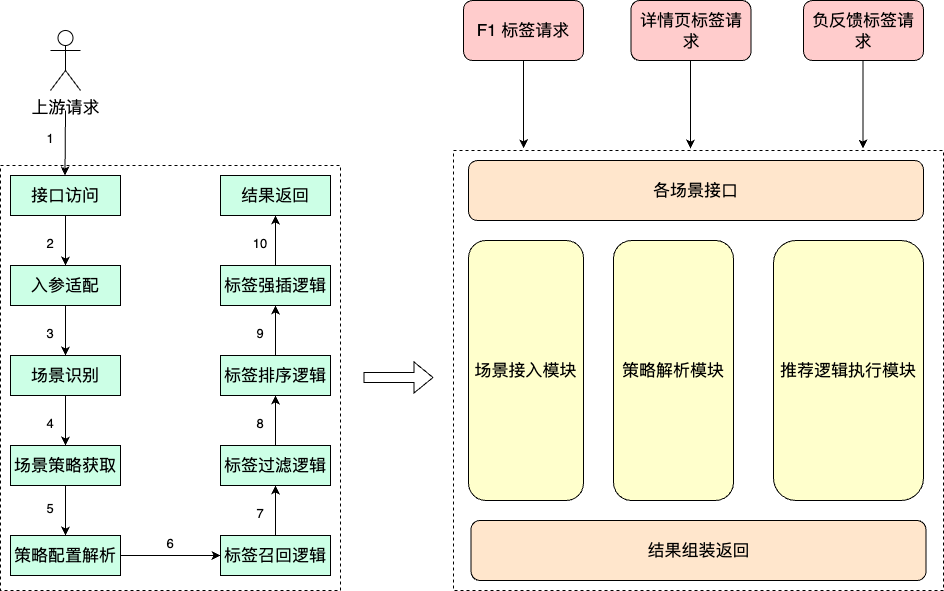
Above: work-draw-file/标签引擎架构图.png in liujunao/draw-data (draw.io), before the change. Source tidied: cells renumbered, new cells last; positions are measured from the earlier drawing's top-left corner, leaving out a move shared by most shapes.
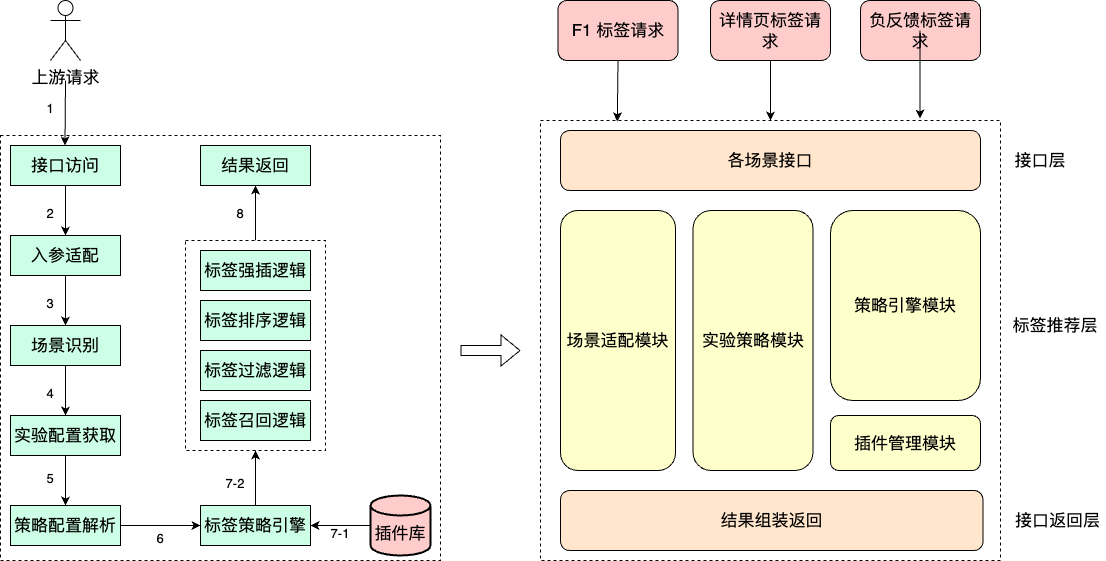
After the commit.

Commit message:
更新标签引擎架构图.png

Diff of the diagram source:
```diff
@@ -3,43 +3,46 @@
     <mxCell id="0" />
     <mxCell id="1" parent="0" />
     <mxCell id="2" style="rounded=0;whiteSpace=wrap;html=1;dashed=1;" parent="1" vertex="1">
-      <mxGeometry y="165" width="340" height="425" as="geometry" />
+      <mxGeometry x="-57" y="165" width="440" height="425" as="geometry" />
     </mxCell>
+    <mxCell id="47" style="edgeStyle=orthogonalEdgeStyle;rounded=0;jettySize=auto;html=1;exitX=0.5;exitY=0;exitDx=0;exitDy=0;entryX=0.5;entryY=1;entryDx=0;entryDy=0;" parent="1" edge="1" source="48" target="33">
+      <mxGeometry relative="1" as="geometry" />
+    </mxCell>
+    <mxCell id="48" style="rounded=0;whiteSpace=wrap;html=1;dashed=1;" parent="1" vertex="1">
+      <mxGeometry x="128" y="270" width="140" height="210" as="geometry" />
+    </mxCell>
     <mxCell id="3" style="rounded=0;whiteSpace=wrap;html=1;dashed=1;" parent="1" vertex="1">
-      <mxGeometry x="453" y="150" width="490" height="440" as="geometry" />
+      <mxGeometry x="483" y="150" width="460" height="440" as="geometry" />
     </mxCell>
     <mxCell id="4" value="&lt;font size=&quot;3&quot;&gt;F1 标签请求&lt;/font&gt;" style="rounded=1;whiteSpace=wrap;html=1;fillColor=#FFCCCC;" parent="1" vertex="1">
-      <mxGeometry x="463" width="120" height="60" as="geometry" />
+      <mxGeometry x="500.5" y="30" width="120" height="60" as="geometry" />
     </mxCell>
     <mxCell id="5" value="&lt;font size=&quot;3&quot;&gt;详情页标签请求&lt;/font&gt;" style="rounded=1;whiteSpace=wrap;html=1;fillColor=#FFCCCC;" parent="1" vertex="1">
-      <mxGeometry x="630.5" width="120" height="60" as="geometry" />
+      <mxGeometry x="653" y="30" width="120" height="60" as="geometry" />
     </mxCell>
     <mxCell id="6" value="&lt;font size=&quot;3&quot;&gt;负反馈标签请求&lt;/font&gt;" style="rounded=1;whiteSpace=wrap;html=1;fillColor=#FFCCCC;" parent="1" vertex="1">
-      <mxGeometry x="803" width="120" height="60" as="geometry" />
+      <mxGeometry x="803" y="30" width="120" height="60" as="geometry" />
     </mxCell>
-    <mxCell id="7" value="&lt;font size=&quot;3&quot;&gt;场景接入模块&lt;/font&gt;" style="rounded=1;whiteSpace=wrap;html=1;fillColor=#FFFFCC;" parent="1" vertex="1">
-      <mxGeometry x="468" y="240" width="115" height="260" as="geometry" />
+    <mxCell id="7" value="&lt;font size=&quot;3&quot;&gt;场景适配模块&lt;/font&gt;" style="rounded=1;whiteSpace=wrap;html=1;fillColor=#FFFFCC;" parent="1" vertex="1">
+      <mxGeometry x="503" y="240" width="115" height="260" as="geometry" />
     </mxCell>
-    <mxCell id="8" value="&lt;font size=&quot;3&quot;&gt;策略解析模块&lt;/font&gt;" style="rounded=1;whiteSpace=wrap;html=1;fillColor=#FFFFCC;" parent="1" vertex="1">
-      <mxGeometry x="613" y="240" width="120" height="260" as="geometry" />
+    <mxCell id="8" value="&lt;font size=&quot;3&quot;&gt;实验策略模块&lt;/font&gt;" style="rounded=1;whiteSpace=wrap;html=1;fillColor=#FFFFCC;" parent="1" vertex="1">
+      <mxGeometry x="635.5" y="240" width="120" height="260" as="geometry" />
     </mxCell>
-    <mxCell id="9" value="&lt;font size=&quot;3&quot;&gt;推荐逻辑执行模块&lt;/font&gt;" style="rounded=1;whiteSpace=wrap;html=1;fillColor=#FFFFCC;" parent="1" vertex="1">
-      <mxGeometry x="773" y="240" width="150" height="260" as="geometry" />
+    <mxCell id="9" value="&lt;font size=&quot;3&quot;&gt;策略引擎模块&lt;/font&gt;" style="rounded=1;whiteSpace=wrap;html=1;fillColor=#FFFFCC;" parent="1" vertex="1">
+      <mxGeometry x="773" y="240" width="150" height="190" as="geometry" />
     </mxCell>
     <mxCell id="10" value="&lt;font size=&quot;3&quot;&gt;各场景接口&lt;/font&gt;" style="rounded=1;whiteSpace=wrap;html=1;fillColor=#FFE6CC;" parent="1" vertex="1">
-      <mxGeometry x="468" y="160" width="455" height="60" as="geometry" />
+      <mxGeometry x="503" y="160" width="420" height="60" as="geometry" />
     </mxCell>
     <mxCell id="11" value="&lt;font size=&quot;3&quot;&gt;结果组装返回&lt;/font&gt;" style="rounded=1;whiteSpace=wrap;html=1;fillColor=#FFE6CC;" parent="1" vertex="1">
-      <mxGeometry x="470.5" y="520" width="455" height="60" as="geometry" />
+      <mxGeometry x="503" y="520" width="422.5" height="60" as="geometry" />
     </mxCell>
-    <mxCell id="12" style="endArrow=classic;html=1;rounded=0;exitX=0.5;exitY=1;exitDx=0;exitDy=0;entryX=0.143;entryY=-0.005;entryDx=0;entryDy=0;entryPerimeter=0;" parent="1" edge="1" source="4" target="3">
+    <mxCell id="12" style="endArrow=classic;html=1;rounded=0;exitX=0.5;exitY=1;exitDx=0;exitDy=0;entryX=0.167;entryY=0.002;entryDx=0;entryDy=0;entryPerimeter=0;" parent="1" edge="1" source="4" target="3">
       <mxGeometry relative="1" as="geometry" />
     </mxCell>
-    <mxCell id="13" style="endArrow=classic;html=1;rounded=0;exitX=0.5;exitY=1;exitDx=0;exitDy=0;entryX=0.143;entryY=-0.005;entryDx=0;entryDy=0;entryPerimeter=0;" parent="1" edge="1">
-      <mxGeometry relative="1" as="geometry">
-        <mxPoint x="690" y="60" as="sourcePoint" />
-        <mxPoint x="690" y="148" as="targetPoint" />
-      </mxGeometry>
+    <mxCell id="13" style="endArrow=classic;html=1;rounded=0;entryX=0.5;entryY=0;entryDx=0;entryDy=0;" parent="1" edge="1" source="5" target="3">
+      <mxGeometry relative="1" as="geometry" />
     </mxCell>
     <mxCell id="14" style="endArrow=classic;html=1;rounded=0;exitX=0.5;exitY=1;exitDx=0;exitDy=0;entryX=0.143;entryY=-0.005;entryDx=0;entryDy=0;entryPerimeter=0;" parent="1" edge="1">
       <mxGeometry relative="1" as="geometry">
@@ -47,107 +50,116 @@
         <mxPoint x="862.5" y="148" as="targetPoint" />
       </mxGeometry>
     </mxCell>
+    <mxCell id="49" value="&lt;font size=&quot;3&quot;&gt;接口层&lt;/font&gt;" style="text;html=1;strokeColor=none;fillColor=none;align=center;verticalAlign=middle;whiteSpace=wrap;rounded=0;" parent="1" vertex="1">
+      <mxGeometry x="953" y="175" width="60" height="30" as="geometry" />
+    </mxCell>
+    <mxCell id="50" value="&lt;font size=&quot;3&quot;&gt;标签推荐层&lt;/font&gt;" style="text;html=1;strokeColor=none;fillColor=none;align=center;verticalAlign=middle;whiteSpace=wrap;rounded=0;" parent="1" vertex="1">
+      <mxGeometry x="953" y="340" width="90" height="30" as="geometry" />
+    </mxCell>
+    <mxCell id="51" value="&lt;font size=&quot;3&quot;&gt;接口返回层&lt;/font&gt;" style="text;html=1;strokeColor=none;fillColor=none;align=center;verticalAlign=middle;whiteSpace=wrap;rounded=0;" parent="1" vertex="1">
+      <mxGeometry x="953" y="535" width="95" height="30" as="geometry" />
+    </mxCell>
     <mxCell id="15" style="edgeStyle=orthogonalEdgeStyle;rounded=0;jettySize=auto;html=1;exitX=0.5;exitY=1;exitDx=0;exitDy=0;" parent="1" edge="1" source="16" target="18">
       <mxGeometry relative="1" as="geometry" />
     </mxCell>
     <mxCell id="16" value="&lt;font size=&quot;3&quot;&gt;接口访问&lt;/font&gt;" style="rounded=0;whiteSpace=wrap;html=1;fillColor=#CCFFE6;" parent="1" vertex="1">
-      <mxGeometry x="10" y="175" width="110" height="40" as="geometry" />
+      <mxGeometry x="-47" y="175" width="110" height="40" as="geometry" />
     </mxCell>
     <mxCell id="17" style="edgeStyle=orthogonalEdgeStyle;rounded=0;jettySize=auto;html=1;exitX=0.5;exitY=1;exitDx=0;exitDy=0;entryX=0.5;entryY=0;entryDx=0;entryDy=0;" parent="1" edge="1" source="18" target="20">
       <mxGeometry relative="1" as="geometry" />
     </mxCell>
     <mxCell id="18" value="&lt;font size=&quot;3&quot;&gt;入参适配&lt;/font&gt;" style="rounded=0;whiteSpace=wrap;html=1;fillColor=#CCFFE6;" parent="1" vertex="1">
-      <mxGeometry x="10" y="265" width="110" height="40" as="geometry" />
+      <mxGeometry x="-47" y="265" width="110" height="40" as="geometry" />
     </mxCell>
     <mxCell id="19" style="edgeStyle=orthogonalEdgeStyle;rounded=0;jettySize=auto;html=1;exitX=0.5;exitY=1;exitDx=0;exitDy=0;entryX=0.5;entryY=0;entryDx=0;entryDy=0;" parent="1" edge="1" source="20" target="22">
       <mxGeometry relative="1" as="geometry" />
     </mxCell>
     <mxCell id="20" value="&lt;font size=&quot;3&quot;&gt;场景识别&lt;/font&gt;" style="rounded=0;whiteSpace=wrap;html=1;fillColor=#CCFFE6;" parent="1" vertex="1">
-      <mxGeometry x="10" y="355" width="110" height="40" as="geometry" />
+      <mxGeometry x="-47" y="355" width="110" height="40" as="geometry" />
     </mxCell>
     <mxCell id="21" style="edgeStyle=orthogonalEdgeStyle;rounded=0;jettySize=auto;html=1;exitX=0.5;exitY=1;exitDx=0;exitDy=0;entryX=0.5;entryY=0;entryDx=0;entryDy=0;" parent="1" edge="1" source="22" target="24">
       <mxGeometry relative="1" as="geometry" />
     </mxCell>
-    <mxCell id="22" value="&lt;font size=&quot;3&quot;&gt;场景策略获取&lt;/font&gt;" style="rounded=0;whiteSpace=wrap;html=1;fillColor=#CCFFE6;" parent="1" vertex="1">
-      <mxGeometry x="10" y="445" width="110" height="40" as="geometry" />
+    <mxCell id="22" value="&lt;font size=&quot;3&quot;&gt;实验配置获取&lt;/font&gt;" style="rounded=0;whiteSpace=wrap;html=1;fillColor=#CCFFE6;" parent="1" vertex="1">
+      <mxGeometry x="-47" y="445" width="110" height="40" as="geometry" />
     </mxCell>
-    <mxCell id="23" style="edgeStyle=orthogonalEdgeStyle;rounded=0;jettySize=auto;html=1;exitX=1;exitY=0.5;exitDx=0;exitDy=0;" parent="1" edge="1" source="24" target="26">
-      <mxGeometry relative="1" as="geometry" />
-    </mxCell>
+    <mxCell id="52" style="edgeStyle=orthogonalEdgeStyle;rounded=0;jettySize=auto;html=1;exitX=1;exitY=0.5;exitDx=0;exitDy=0;entryX=0;entryY=0.5;entryDx=0;entryDy=0;" parent="1" edge="1" source="24" target="54">
+      <mxGeometry relative="1" as="geometry" />
+    </mxCell>
     <mxCell id="24" value="&lt;font size=&quot;3&quot;&gt;策略配置解析&lt;/font&gt;" style="rounded=0;whiteSpace=wrap;html=1;fillColor=#CCFFE6;" parent="1" vertex="1">
-      <mxGeometry x="10" y="535" width="110" height="40" as="geometry" />
+      <mxGeometry x="-47" y="535" width="110" height="40" as="geometry" />
     </mxCell>
-    <mxCell id="25" style="edgeStyle=orthogonalEdgeStyle;rounded=0;jettySize=auto;html=1;exitX=0.5;exitY=0;exitDx=0;exitDy=0;entryX=0.5;entryY=1;entryDx=0;entryDy=0;" parent="1" edge="1" source="26" target="28">
-      <mxGeometry relative="1" as="geometry" />
-    </mxCell>
     <mxCell id="26" value="&lt;font size=&quot;3&quot;&gt;标签召回逻辑&lt;/font&gt;" style="rounded=0;whiteSpace=wrap;html=1;fillColor=#CCFFE6;" parent="1" vertex="1">
-      <mxGeometry x="220" y="535" width="110" height="40" as="geometry" />
+      <mxGeometry x="143" y="430" width="110" height="40" as="geometry" />
     </mxCell>
-    <mxCell id="27" style="edgeStyle=orthogonalEdgeStyle;rounded=0;jettySize=auto;html=1;exitX=0.5;exitY=0;exitDx=0;exitDy=0;entryX=0.5;entryY=1;entryDx=0;entryDy=0;" parent="1" edge="1" source="28" target="30">
-      <mxGeometry relative="1" as="geometry" />
-    </mxCell>
     <mxCell id="28" value="&lt;font size=&quot;3&quot;&gt;标签过滤逻辑&lt;/font&gt;" style="rounded=0;whiteSpace=wrap;html=1;fillColor=#CCFFE6;" parent="1" vertex="1">
-      <mxGeometry x="220" y="445" width="110" height="40" as="geometry" />
+      <mxGeometry x="143" y="380" width="110" height="40" as="geometry" />
     </mxCell>
-    <mxCell id="29" style="edgeStyle=orthogonalEdgeStyle;rounded=0;jettySize=auto;html=1;exitX=0.5;exitY=0;exitDx=0;exitDy=0;entryX=0.5;entryY=1;entryDx=0;entryDy=0;" parent="1" edge="1" source="30" target="32">
-      <mxGeometry relative="1" as="geometry" />
-    </mxCell>
     <mxCell id="30" value="&lt;font size=&quot;3&quot;&gt;标签排序逻辑&lt;/font&gt;" style="rounded=0;whiteSpace=wrap;html=1;fillColor=#CCFFE6;" parent="1" vertex="1">
-      <mxGeometry x="220" y="355" width="110" height="40" as="geometry" />
+      <mxGeometry x="143" y="330" width="110" height="40" as="geometry" />
     </mxCell>
-    <mxCell id="31" style="edgeStyle=orthogonalEdgeStyle;rounded=0;jettySize=auto;html=1;exitX=0.5;exitY=0;exitDx=0;exitDy=0;" parent="1" edge="1" source="32" target="33">
-      <mxGeometry relative="1" as="geometry" />
-    </mxCell>
     <mxCell id="32" value="&lt;font size=&quot;3&quot;&gt;标签强插逻辑&lt;/font&gt;" style="rounded=0;whiteSpace=wrap;html=1;fillColor=#CCFFE6;" parent="1" vertex="1">
-      <mxGeometry x="220" y="265" width="110" height="40" as="geometry" />
+      <mxGeometry x="143" y="280" width="110" height="40" as="geometry" />
     </mxCell>
     <mxCell id="33" value="&lt;font size=&quot;3&quot;&gt;结果返回&lt;/font&gt;" style="rounded=0;whiteSpace=wrap;html=1;fillColor=#CCFFE6;" parent="1" vertex="1">
-      <mxGeometry x="220" y="175" width="110" height="40" as="geometry" />
+      <mxGeometry x="143" y="175" width="110" height="40" as="geometry" />
     </mxCell>
     <mxCell id="34" value="&lt;font style=&quot;font-size: 17px;&quot;&gt;上游请求&lt;/font&gt;" style="shape=umlActor;verticalLabelPosition=bottom;verticalAlign=top;html=1;" parent="1" vertex="1">
-      <mxGeometry x="50" y="30" width="30" height="60" as="geometry" />
+      <mxGeometry x="-7" y="30" width="30" height="60" as="geometry" />
     </mxCell>
     <mxCell id="35" style="endArrow=classic;html=1;rounded=0;" parent="1" edge="1">
       <mxGeometry relative="1" as="geometry">
-        <mxPoint x="65" y="110" as="sourcePoint" />
-        <mxPoint x="64.5" y="175" as="targetPoint" />
+        <mxPoint x="8" y="110" as="sourcePoint" />
+        <mxPoint x="7.5" y="175" as="targetPoint" />
       </mxGeometry>
     </mxCell>
     <mxCell id="36" value="1" style="text;html=1;strokeColor=none;fillColor=none;align=center;verticalAlign=middle;whiteSpace=wrap;rounded=0;" parent="1" vertex="1">
-      <mxGeometry x="40" y="125" width="20" height="25" as="geometry" />
+      <mxGeometry x="-17" y="125" width="20" height="25" as="geometry" />
     </mxCell>
     <mxCell id="37" value="2" style="text;html=1;strokeColor=none;fillColor=none;align=center;verticalAlign=middle;whiteSpace=wrap;rounded=0;" parent="1" vertex="1">
-      <mxGeometry x="40" y="230" width="20" height="25" as="geometry" />
+      <mxGeometry x="-17" y="230" width="20" height="25" as="geometry" />
     </mxCell>
     <mxCell id="38" value="3" style="text;html=1;strokeColor=none;fillColor=none;align=center;verticalAlign=middle;whiteSpace=wrap;rounded=0;" parent="1" vertex="1">
-      <mxGeometry x="40" y="320" width="20" height="25" as="geometry" />
+      <mxGeometry x="-17" y="320" width="20" height="25" as="geometry" />
     </mxCell>
     <mxCell id="39" value="4" style="text;html=1;strokeColor=none;fillColor=none;align=center;verticalAlign=middle;whiteSpace=wrap;rounded=0;" parent="1" vertex="1">
-      <mxGeometry x="40" y="410" width="20" height="25" as="geometry" />
+      <mxGeometry x="-17" y="410" width="20" height="25" as="geometry" />
     </mxCell>
     <mxCell id="40" value="5" style="text;html=1;strokeColor=none;fillColor=none;align=center;verticalAlign=middle;whiteSpace=wrap;rounded=0;" parent="1" vertex="1">
-      <mxGeometry x="40" y="495" width="20" height="25" as="geometry" />
+      <mxGeometry x="-17" y="495" width="20" height="25" as="geometry" />
     </mxCell>
     <mxCell id="41" value="6" style="text;html=1;strokeColor=none;fillColor=none;align=center;verticalAlign=middle;whiteSpace=wrap;rounded=0;" parent="1" vertex="1">
-      <mxGeometry x="160" y="530" width="20" height="25" as="geometry" />
+      <mxGeometry x="93" y="555" width="20" height="25" as="geometry" />
     </mxCell>
-    <mxCell id="42" value="7" style="text;html=1;strokeColor=none;fillColor=none;align=center;verticalAlign=middle;whiteSpace=wrap;rounded=0;" parent="1" vertex="1">
-      <mxGeometry x="250" y="500" width="20" height="25" as="geometry" />
-    </mxCell>
+    <mxCell id="46" style="shape=flexArrow;endArrow=classic;html=1;rounded=0;" parent="1" edge="1">
+      <mxGeometry relative="1" as="geometry">
+        <mxPoint x="403" y="380" as="sourcePoint" />
+        <mxPoint x="463" y="380" as="targetPoint" />
+      </mxGeometry>
+    </mxCell>
+    <mxCell id="53" style="edgeStyle=orthogonalEdgeStyle;rounded=0;jettySize=auto;html=1;exitX=0.5;exitY=0;exitDx=0;exitDy=0;entryX=0.5;entryY=1;entryDx=0;entryDy=0;" parent="1" edge="1" source="54" target="48">
+      <mxGeometry relative="1" as="geometry" />
+    </mxCell>
+    <mxCell id="54" value="&lt;font size=&quot;3&quot;&gt;标签策略引擎&lt;/font&gt;" style="rounded=0;whiteSpace=wrap;html=1;fillColor=#CCFFE6;" parent="1" vertex="1">
+      <mxGeometry x="143" y="535" width="110" height="40" as="geometry" />
+    </mxCell>
+    <mxCell id="55" style="edgeStyle=orthogonalEdgeStyle;rounded=0;jettySize=auto;html=1;exitX=0;exitY=0.5;exitDx=0;exitDy=0;exitPerimeter=0;entryX=1;entryY=0.5;entryDx=0;entryDy=0;" parent="1" edge="1" source="56" target="54">
+      <mxGeometry relative="1" as="geometry" />
+    </mxCell>
+    <mxCell id="56" value="&lt;br&gt;&lt;font size=&quot;3&quot;&gt;插件库&lt;/font&gt;" style="strokeWidth=2;html=1;shape=mxgraph.flowchart.database;whiteSpace=wrap;fillColor=#FFCCCC;" parent="1" vertex="1">
+      <mxGeometry x="313" y="525" width="60" height="60" as="geometry" />
+    </mxCell>
+    <mxCell id="57" value="7-2" style="text;html=1;strokeColor=none;fillColor=none;align=center;verticalAlign=middle;whiteSpace=wrap;rounded=0;" parent="1" vertex="1">
+      <mxGeometry x="163" y="500" width="30" height="25" as="geometry" />
+    </mxCell>
+    <mxCell id="58" value="7-1" style="text;html=1;strokeColor=none;fillColor=none;align=center;verticalAlign=middle;whiteSpace=wrap;rounded=0;" parent="1" vertex="1">
+      <mxGeometry x="268" y="550" width="30" height="25" as="geometry" />
+    </mxCell>
     <mxCell id="43" value="8" style="text;html=1;strokeColor=none;fillColor=none;align=center;verticalAlign=middle;whiteSpace=wrap;rounded=0;" parent="1" vertex="1">
-      <mxGeometry x="250" y="410" width="20" height="25" as="geometry" />
+      <mxGeometry x="173" y="230" width="20" height="25" as="geometry" />
     </mxCell>
-    <mxCell id="44" value="9" style="text;html=1;strokeColor=none;fillColor=none;align=center;verticalAlign=middle;whiteSpace=wrap;rounded=0;" parent="1" vertex="1">
-      <mxGeometry x="250" y="320" width="20" height="25" as="geometry" />
-    </mxCell>
-    <mxCell id="45" value="10" style="text;html=1;strokeColor=none;fillColor=none;align=center;verticalAlign=middle;whiteSpace=wrap;rounded=0;" parent="1" vertex="1">
-      <mxGeometry x="250" y="230" width="20" height="25" as="geometry" />
-    </mxCell>
-    <mxCell id="46" style="shape=flexArrow;endArrow=classic;html=1;rounded=0;" parent="1" edge="1">
-      <mxGeometry relative="1" as="geometry">
-        <mxPoint x="363" y="377" as="sourcePoint" />
-        <mxPoint x="433" y="377" as="targetPoint" />
-      </mxGeometry>
-    </mxCell>
+    <mxCell id="59" value="&lt;font size=&quot;3&quot;&gt;插件管理模块&lt;/font&gt;" style="rounded=1;whiteSpace=wrap;html=1;fillColor=#FFFFCC;" parent="1" vertex="1">
+      <mxGeometry x="773" y="445" width="150" height="55" as="geometry" />
+    </mxCell>
   </root>
 </mxGraphModel>
```
